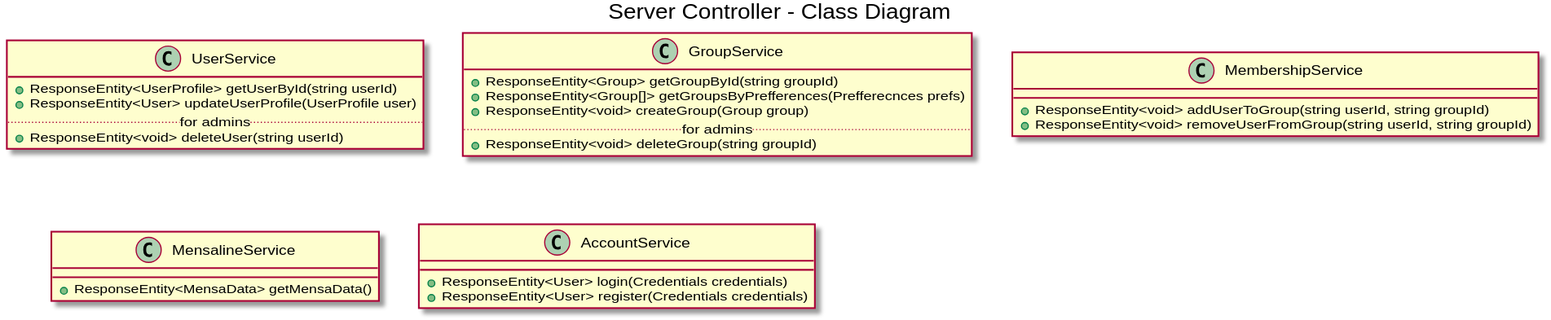
Before: 2 Entwurf/Klassendiagramme/serverViewCD.svg, a diagram exported from PlantUML (itzMatze/PSE-Team02). The source it was exported from:
```plantuml
@startuml
title Server Controller - Class Diagram

class UserService {
  +ResponseEntity<UserProfile> getUserById(string userId)
  +ResponseEntity<User> updateUserProfile(UserProfile user)
  ..for admins..
  +ResponseEntity<void> deleteUser(string userId)
}

class GroupService {
  +ResponseEntity<Group> getGroupById(string groupId)
  +ResponseEntity<Group[]> getGroupsByPrefferences(Prefferecnces prefs)
  +ResponseEntity<void> createGroup(Group group)
  ..for admins..
  +ResponseEntity<void> deleteGroup(string groupId)
}

class MembershipService {
  +ResponseEntity<void> addUserToGroup(string userId, string groupId)
  +ResponseEntity<void> removeUserFromGroup(string userId, string groupId)
}

class MensalineService {
  +ResponseEntity<MensaData> getMensaData()
}

class AccountService {
  +ResponseEntity<User> login(Credentials credentials)
  +ResponseEntity<User> register(Credentials credentials)
}
@enduml
```
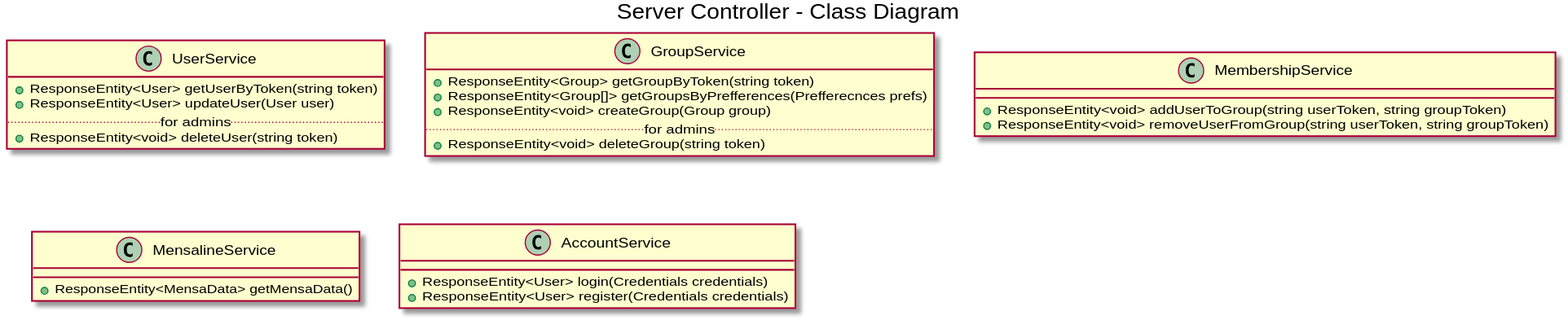
Above is the later version.

Commit message:
Updated server ciew class diagramm... again.

Change to the diagram source:
```diff
@@ -2,23 +2,23 @@
 title Server Controller - Class Diagram
 
 class UserService {
-  +ResponseEntity<UserProfile> getUserById(string userId)
-  +ResponseEntity<User> updateUserProfile(UserProfile user)
+  +ResponseEntity<User> getUserByToken(string token)
+  +ResponseEntity<User> updateUser(User user)
   ..for admins..
-  +ResponseEntity<void> deleteUser(string userId)
+  +ResponseEntity<void> deleteUser(string token)
 }
 
 class GroupService {
-  +ResponseEntity<Group> getGroupById(string groupId)
+  +ResponseEntity<Group> getGroupByToken(string token)
   +ResponseEntity<Group[]> getGroupsByPrefferences(Prefferecnces prefs)
   +ResponseEntity<void> createGroup(Group group)
   ..for admins..
-  +ResponseEntity<void> deleteGroup(string groupId)
+  +ResponseEntity<void> deleteGroup(string token)
 }
 
 class MembershipService {
-  +ResponseEntity<void> addUserToGroup(string userId, string groupId)
-  +ResponseEntity<void> removeUserFromGroup(string userId, string groupId)
+  +ResponseEntity<void> addUserToGroup(string userToken, string groupToken)
+  +ResponseEntity<void> removeUserFromGroup(string userToken, string groupToken)
 }
 
 class MensalineService {
```
